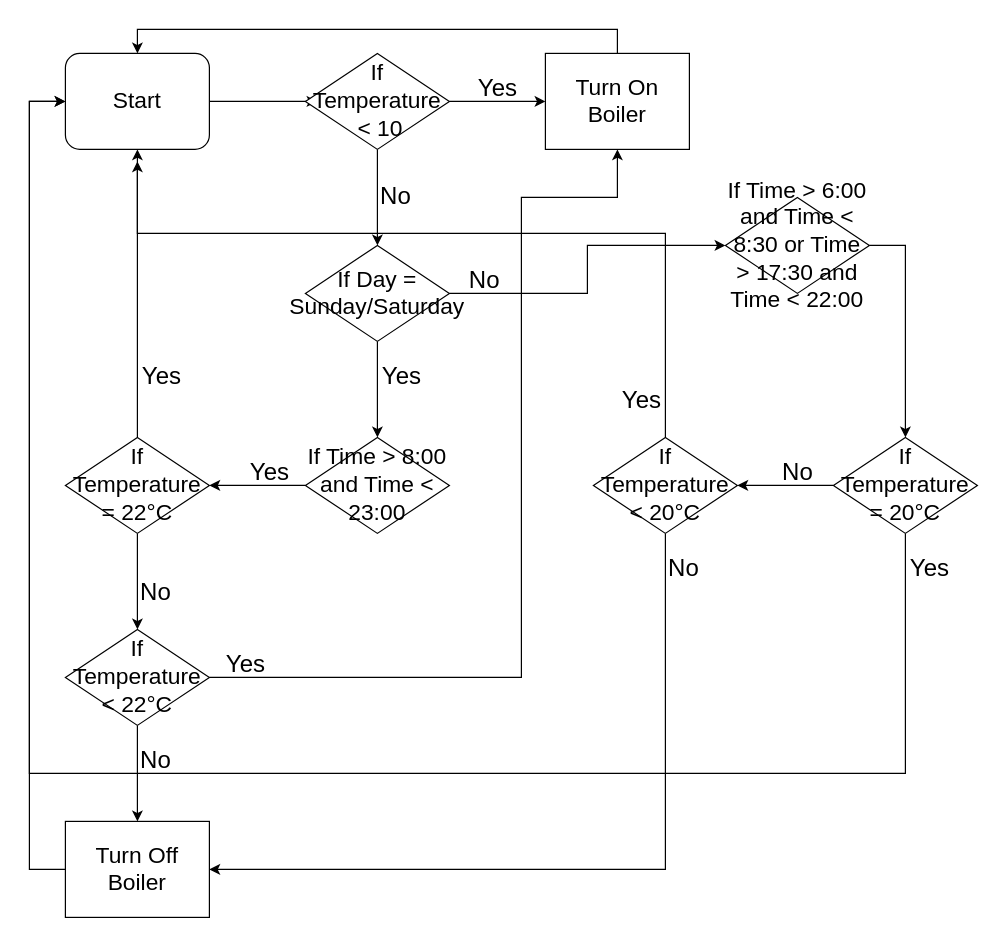
This is Team Challenge.drawio from NameNT22/Watcharawit-Name, a draw.io file, before an edit. Source tidied: cells renumbered, new cells numbered last; positions are measured from the earlier drawing's top-left corner, leaving out a move shared by most shapes. Both pictures are drawn from the tidied source at 120%, with x=0, y=0 at pixel (29, 29).
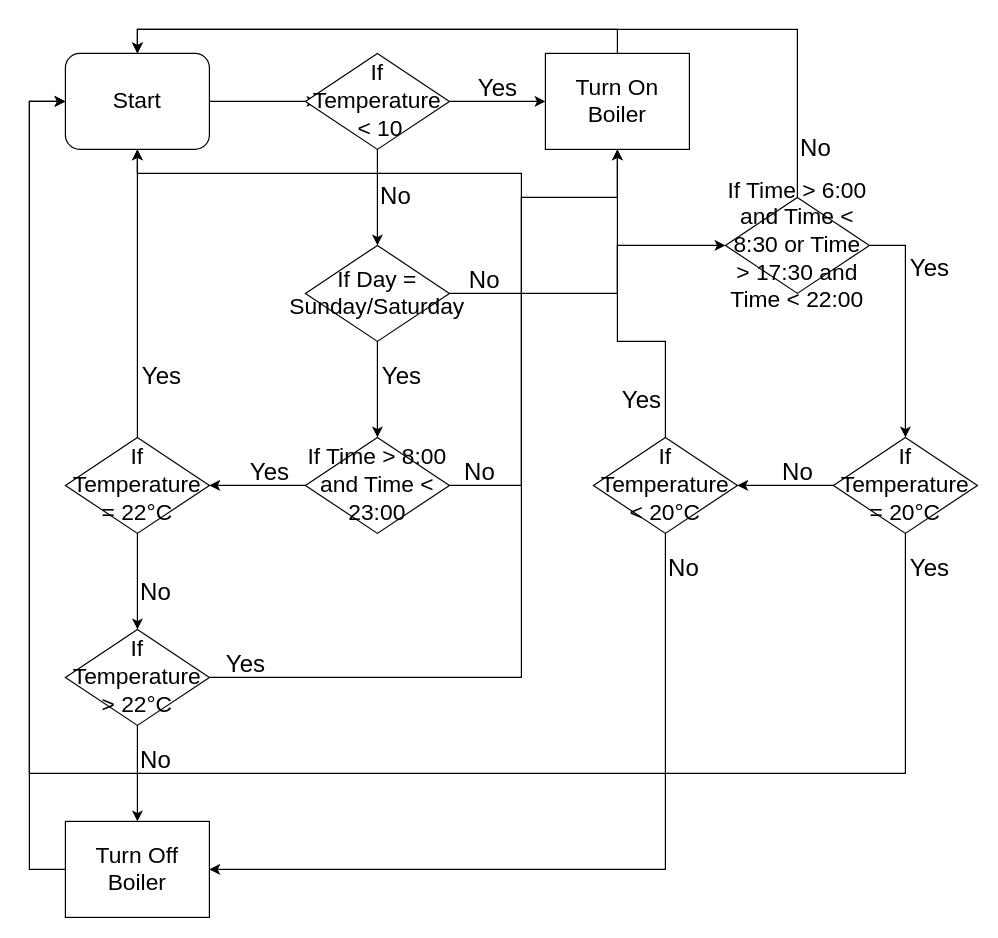
Above is the later version.

Unchanged cells that the change refers to:
```xml
<mxCell id="3" value="Start" style="rounded=1;whiteSpace=wrap;html=1;fontSize=19;" parent="1" vertex="1">
  <mxGeometry x="30" y="20" width="120" height="80" as="geometry" />
</mxCell>
<mxCell id="13" value="If Day = Sunday/Saturday" style="rhombus;whiteSpace=wrap;html=1;fontSize=19;" parent="1" vertex="1">
  <mxGeometry x="230" y="180" width="120" height="80" as="geometry" />
</mxCell>
<mxCell id="15" value="If Time &amp;gt; 8:00 and Time &amp;lt; 23:00" style="rhombus;whiteSpace=wrap;html=1;fontSize=19;" parent="1" vertex="1">
  <mxGeometry x="230" y="340" width="120" height="80" as="geometry" />
</mxCell>
<mxCell id="32" value="If Time &amp;gt; 6:00 and Time &amp;lt; 8:30 or Time &amp;gt; 17:30 and Time &amp;lt; 22:00" style="rhombus;whiteSpace=wrap;html=1;fontSize=19;" parent="1" vertex="1">
  <mxGeometry x="580" y="140" width="120" height="80" as="geometry" />
</mxCell>
<mxCell id="38" value="If Temperature &amp;lt; 20°C" style="rhombus;whiteSpace=wrap;html=1;fontSize=19;" parent="1" vertex="1">
  <mxGeometry x="470" y="340" width="120" height="80" as="geometry" />
</mxCell>
```

What changed in the source:
```diff
@@
     <mxCell id="12" style="edgeStyle=orthogonalEdgeStyle;rounded=0;jettySize=auto;html=1;fontSize=30;fontColor=#000000;" parent="1" edge="1" source="13" target="32">
-      <mxGeometry relative="1" as="geometry" />
+      <mxGeometry relative="1" as="geometry">
+        <Array as="points">
+          <mxPoint x="490" y="220" />
+          <mxPoint x="490" y="180" />
+        </Array>
+      </mxGeometry>
     </mxCell>
@@
+    <mxCell id="43" style="edgeStyle=orthogonalEdgeStyle;rounded=0;jettySize=auto;html=1;exitX=1;exitY=0.5;exitDx=0;exitDy=0;fontSize=19;fontColor=#000000;entryX=0.5;entryY=1;entryDx=0;entryDy=0;" parent="1" edge="1" source="15" target="3">
+      <mxGeometry relative="1" as="geometry">
+        <Array as="points">
+          <mxPoint x="410" y="380" />
+          <mxPoint x="410" y="120" />
+          <mxPoint x="90" y="120" />
+        </Array>
+      </mxGeometry>
+    </mxCell>
@@
-    <mxCell id="25" value="If Temperature &amp;lt; 22°C" style="rhombus;whiteSpace=wrap;html=1;fontSize=19;" parent="1" vertex="1">
+    <mxCell id="25" value="If Temperature &amp;gt; 22°C" style="rhombus;whiteSpace=wrap;html=1;fontSize=19;" parent="1" vertex="1">
       <mxGeometry x="30" y="500" width="120" height="80" as="geometry" />
     </mxCell>
@@
+    <mxCell id="44" style="edgeStyle=orthogonalEdgeStyle;rounded=0;jettySize=auto;html=1;exitX=0.5;exitY=0;exitDx=0;exitDy=0;entryX=0.5;entryY=0;entryDx=0;entryDy=0;fontSize=19;fontColor=#000000;" parent="1" edge="1" source="32" target="3">
+      <mxGeometry relative="1" as="geometry" />
+    </mxCell>
@@
     <mxCell id="37" style="edgeStyle=orthogonalEdgeStyle;rounded=0;jettySize=auto;html=1;fontSize=30;fontColor=#000000;" parent="1" edge="1" source="38">
       <mxGeometry relative="1" as="geometry">
-        <mxPoint x="90" y="110" as="targetPoint" />
+        <mxPoint x="490" y="100" as="targetPoint" />
         <Array as="points">
-          <mxPoint x="530" y="170" />
-          <mxPoint x="90" y="170" />
+          <mxPoint x="530" y="260" />
+          <mxPoint x="490" y="260" />
         </Array>
       </mxGeometry>
     </mxCell>
@@
+    <mxCell id="45" value="&lt;font style=&quot;font-size: 20px;&quot;&gt;Yes&lt;/font&gt;" style="text;html=1;align=center;verticalAlign=middle;strokeColor=none;fillColor=none;fontSize=30;" parent="1" vertex="1">
+      <mxGeometry x="720" y="170" width="60" height="50" as="geometry" />
+    </mxCell>
+    <mxCell id="46" value="&lt;font style=&quot;font-size: 20px;&quot;&gt;No&lt;/font&gt;" style="text;html=1;align=center;verticalAlign=middle;strokeColor=none;fillColor=none;fontSize=30;" parent="1" vertex="1">
+      <mxGeometry x="350" y="340" width="50" height="50" as="geometry" />
+    </mxCell>
+    <mxCell id="47" value="&lt;font style=&quot;font-size: 20px;&quot;&gt;No&lt;/font&gt;" style="text;html=1;align=center;verticalAlign=middle;strokeColor=none;fillColor=none;fontSize=30;" parent="1" vertex="1">
+      <mxGeometry x="630" y="70" width="50" height="50" as="geometry" />
+    </mxCell>
```
